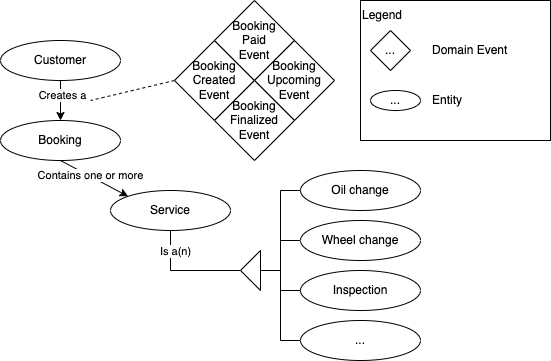
Earlier version of the draw.io export assets/car-services-domain-model.png (steffenmueller4/steffenmueller4.github.io). Source tidied: cells renumbered, new cells last; positions are measured from the earlier drawing's top-left corner, leaving out a move shared by most shapes. The source it was exported from:
```xml
<mxGraphModel>
  <root>
    <mxCell id="0" />
    <mxCell id="1" parent="0" />
    <mxCell id="2" style="rounded=0;whiteSpace=wrap;html=1;" parent="1" vertex="1">
      <mxGeometry x="360" width="190" height="140" as="geometry" />
    </mxCell>
    <mxCell id="3" style="edgeStyle=orthogonalEdgeStyle;rounded=0;jettySize=auto;html=1;exitX=0.5;exitY=1;exitDx=0;exitDy=0;entryX=1;entryY=0.5;entryDx=0;entryDy=0;endArrow=none;endFill=0;" parent="1" edge="1" source="5" target="15">
      <mxGeometry relative="1" as="geometry" />
    </mxCell>
    <mxCell id="4" value="Is a(n)" style="edgeLabel;html=1;align=center;verticalAlign=middle;" parent="3" vertex="1">
      <mxGeometry x="-0.35" relative="1" as="geometry">
        <mxPoint x="4" y="-16" as="offset" />
      </mxGeometry>
    </mxCell>
    <mxCell id="5" value="Service" style="ellipse;whiteSpace=wrap;html=1;" parent="1" vertex="1">
      <mxGeometry x="110" y="190" width="120" height="40" as="geometry" />
    </mxCell>
    <mxCell id="6" style="rounded=0;jettySize=auto;html=1;exitX=0.5;exitY=1;exitDx=0;exitDy=0;endArrow=classic;endFill=1;entryX=0.5;entryY=0;entryDx=0;entryDy=0;" parent="1" edge="1" source="8" target="21">
      <mxGeometry relative="1" as="geometry" />
    </mxCell>
    <mxCell id="7" value="Creates a" style="edgeLabel;html=1;align=center;verticalAlign=middle;" parent="6" vertex="1">
      <mxGeometry x="-0.29" y="1" relative="1" as="geometry" />
    </mxCell>
    <mxCell id="8" value="Customer" style="ellipse;whiteSpace=wrap;html=1;" parent="1" vertex="1">
      <mxGeometry y="40" width="120" height="40" as="geometry" />
    </mxCell>
    <mxCell id="9" value="Oil change" style="ellipse;whiteSpace=wrap;html=1;" parent="1" vertex="1">
      <mxGeometry x="300" y="170" width="120" height="40" as="geometry" />
    </mxCell>
    <mxCell id="10" style="edgeStyle=orthogonalEdgeStyle;rounded=0;jettySize=auto;html=1;exitX=0;exitY=0.5;exitDx=0;exitDy=0;endArrow=none;endFill=0;" parent="1" edge="1" source="11" target="15">
      <mxGeometry relative="1" as="geometry">
        <Array as="points">
          <mxPoint x="280" y="240" />
          <mxPoint x="280" y="270" />
        </Array>
      </mxGeometry>
    </mxCell>
    <mxCell id="11" value="Wheel change" style="ellipse;whiteSpace=wrap;html=1;" parent="1" vertex="1">
      <mxGeometry x="300" y="220" width="120" height="40" as="geometry" />
    </mxCell>
    <mxCell id="12" value="Inspection" style="ellipse;whiteSpace=wrap;html=1;" parent="1" vertex="1">
      <mxGeometry x="300" y="270" width="120" height="40" as="geometry" />
    </mxCell>
    <mxCell id="13" value="..." style="ellipse;whiteSpace=wrap;html=1;" parent="1" vertex="1">
      <mxGeometry x="300" y="320" width="120" height="40" as="geometry" />
    </mxCell>
    <mxCell id="14" style="edgeStyle=orthogonalEdgeStyle;rounded=0;jettySize=auto;html=1;exitX=0;exitY=0.5;exitDx=0;exitDy=0;entryX=0;entryY=0.5;entryDx=0;entryDy=0;endArrow=none;endFill=0;" parent="1" edge="1" source="15">
      <mxGeometry relative="1" as="geometry">
        <mxPoint x="300" y="190" as="targetPoint" />
        <Array as="points">
          <mxPoint x="280" y="270" />
          <mxPoint x="280" y="190" />
        </Array>
      </mxGeometry>
    </mxCell>
    <mxCell id="15" style="triangle;whiteSpace=wrap;html=1;rotation=-180;" parent="1" vertex="1">
      <mxGeometry x="240" y="250" width="20" height="40" as="geometry" />
    </mxCell>
    <mxCell id="16" style="edgeStyle=orthogonalEdgeStyle;rounded=0;jettySize=auto;html=1;exitX=0;exitY=0.5;exitDx=0;exitDy=0;endArrow=none;endFill=0;entryX=0;entryY=0.5;entryDx=0;entryDy=0;" parent="1" edge="1" source="12" target="15">
      <mxGeometry relative="1" as="geometry" />
    </mxCell>
    <mxCell id="17" style="edgeStyle=orthogonalEdgeStyle;rounded=0;jettySize=auto;html=1;exitX=0;exitY=0.5;exitDx=0;exitDy=0;endArrow=none;endFill=0;entryX=0;entryY=0.5;entryDx=0;entryDy=0;" parent="1" edge="1" source="13" target="15">
      <mxGeometry relative="1" as="geometry" />
    </mxCell>
    <mxCell id="18" style="edgeStyle=none;rounded=0;jettySize=auto;html=1;exitX=0;exitY=0.5;exitDx=0;exitDy=0;endArrow=none;endFill=0;dashed=1;" parent="1" edge="1" source="23">
      <mxGeometry relative="1" as="geometry">
        <mxPoint x="90" y="100" as="targetPoint" />
      </mxGeometry>
    </mxCell>
    <mxCell id="19" style="edgeStyle=none;rounded=0;jettySize=auto;html=1;exitX=0.5;exitY=1;exitDx=0;exitDy=0;entryX=0;entryY=0;entryDx=0;entryDy=0;endArrow=classic;endFill=1;" parent="1" edge="1" source="21" target="5">
      <mxGeometry relative="1" as="geometry" />
    </mxCell>
    <mxCell id="20" value="Contains one or more" style="edgeLabel;html=1;align=center;verticalAlign=middle;" parent="19" vertex="1">
      <mxGeometry x="-0.14" y="1" relative="1" as="geometry" />
    </mxCell>
    <mxCell id="21" value="Booking" style="ellipse;whiteSpace=wrap;html=1;" parent="1" vertex="1">
      <mxGeometry y="120" width="120" height="40" as="geometry" />
    </mxCell>
    <mxCell id="22" style="group;" parent="1" vertex="1">
      <mxGeometry x="174" width="160" height="160" as="geometry" />
    </mxCell>
    <mxCell id="23" value="Booking&lt;br&gt;Created&lt;br&gt;Event" style="rhombus;whiteSpace=wrap;html=1;" parent="22" vertex="1">
      <mxGeometry y="40" width="80" height="80" as="geometry" />
    </mxCell>
    <mxCell id="24" value="Booking&lt;br&gt;Paid&lt;br&gt;Event" style="rhombus;whiteSpace=wrap;html=1;" parent="22" vertex="1">
      <mxGeometry x="40" width="80" height="80" as="geometry" />
    </mxCell>
    <mxCell id="25" value="Booking&lt;br&gt;Upcoming&lt;br&gt;Event" style="rhombus;whiteSpace=wrap;html=1;" parent="22" vertex="1">
      <mxGeometry x="80" y="40" width="80" height="80" as="geometry" />
    </mxCell>
    <mxCell id="26" value="Booking&lt;br&gt;Finalized&lt;br&gt;Event" style="rhombus;whiteSpace=wrap;html=1;" parent="22" vertex="1">
      <mxGeometry x="40" y="80" width="80" height="80" as="geometry" />
    </mxCell>
    <mxCell id="27" value="..." style="rhombus;whiteSpace=wrap;html=1;" parent="1" vertex="1">
      <mxGeometry x="370" y="30" width="40" height="40" as="geometry" />
    </mxCell>
    <mxCell id="28" value="Domain Event" style="text;html=1;strokeColor=none;fillColor=none;align=left;verticalAlign=middle;whiteSpace=wrap;rounded=0;" parent="1" vertex="1">
      <mxGeometry x="430" y="35" width="90" height="30" as="geometry" />
    </mxCell>
    <mxCell id="29" value="..." style="ellipse;whiteSpace=wrap;html=1;" parent="1" vertex="1">
      <mxGeometry x="370" y="90" width="50" height="20" as="geometry" />
    </mxCell>
    <mxCell id="30" value="Entity" style="text;html=1;strokeColor=none;fillColor=none;align=left;verticalAlign=middle;whiteSpace=wrap;rounded=0;" parent="1" vertex="1">
      <mxGeometry x="430" y="85" width="60" height="30" as="geometry" />
    </mxCell>
    <mxCell id="31" value="Legend" style="text;html=1;strokeColor=none;fillColor=none;align=left;verticalAlign=middle;whiteSpace=wrap;rounded=0;" parent="1" vertex="1">
      <mxGeometry x="360" width="90" height="30" as="geometry" />
    </mxCell>
  </root>
</mxGraphModel>
```
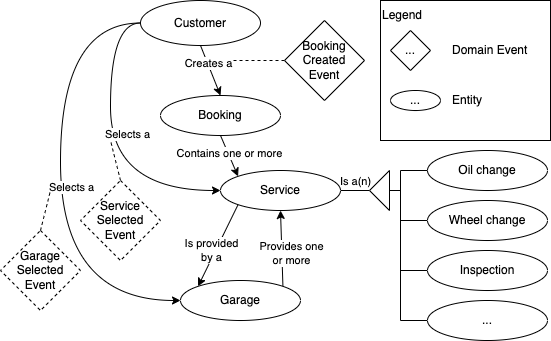
After the commit.

What changed in the source:
```diff
@@ -3,18 +3,26 @@
     <mxCell id="0" />
     <mxCell id="1" parent="0" />
     <mxCell id="2" style="rounded=0;whiteSpace=wrap;html=1;" parent="1" vertex="1">
-      <mxGeometry x="360" width="190" height="140" as="geometry" />
+      <mxGeometry x="360" y="20" width="170" height="140" as="geometry" />
     </mxCell>
-    <mxCell id="3" style="edgeStyle=orthogonalEdgeStyle;rounded=0;jettySize=auto;html=1;exitX=0.5;exitY=1;exitDx=0;exitDy=0;entryX=1;entryY=0.5;entryDx=0;entryDy=0;endArrow=none;endFill=0;" parent="1" edge="1" source="5" target="15">
+    <mxCell id="3" style="edgeStyle=orthogonalEdgeStyle;rounded=0;jettySize=auto;html=1;exitX=1;exitY=0.5;exitDx=0;exitDy=0;entryX=1;entryY=0.5;entryDx=0;entryDy=0;endArrow=none;endFill=0;" parent="1" edge="1" source="5" target="15">
       <mxGeometry relative="1" as="geometry" />
     </mxCell>
     <mxCell id="4" value="Is a(n)" style="edgeLabel;html=1;align=center;verticalAlign=middle;" parent="3" vertex="1">
       <mxGeometry x="-0.35" relative="1" as="geometry">
-        <mxPoint x="4" y="-16" as="offset" />
+        <mxPoint x="5" y="-10" as="offset" />
       </mxGeometry>
     </mxCell>
+    <mxCell id="32" style="rounded=0;jettySize=auto;html=1;exitX=0;exitY=1;exitDx=0;exitDy=0;entryX=0;entryY=0;entryDx=0;entryDy=0;" parent="1" edge="1" source="5" target="39">
+      <mxGeometry relative="1" as="geometry" />
+    </mxCell>
+    <mxCell id="33" value="Is provided&lt;br&gt;by a" style="edgeLabel;html=1;align=center;verticalAlign=middle;" parent="32" vertex="1">
+      <mxGeometry x="-0.12" y="-1" relative="1" as="geometry">
+        <mxPoint x="-9" y="10" as="offset" />
+      </mxGeometry>
+    </mxCell>
     <mxCell id="5" value="Service" style="ellipse;whiteSpace=wrap;html=1;" parent="1" vertex="1">
-      <mxGeometry x="110" y="190" width="120" height="40" as="geometry" />
+      <mxGeometry x="200" y="190" width="120" height="40" as="geometry" />
     </mxCell>
     <mxCell id="6" style="rounded=0;jettySize=auto;html=1;exitX=0.5;exitY=1;exitDx=0;exitDy=0;endArrow=classic;endFill=1;entryX=0.5;entryY=0;entryDx=0;entryDy=0;" parent="1" edge="1" source="8" target="21">
       <mxGeometry relative="1" as="geometry" />
@@ -22,50 +30,70 @@
     <mxCell id="7" value="Creates a" style="edgeLabel;html=1;align=center;verticalAlign=middle;" parent="6" vertex="1">
       <mxGeometry x="-0.29" y="1" relative="1" as="geometry" />
     </mxCell>
+    <mxCell id="34" style="edgeStyle=orthogonalEdgeStyle;rounded=0;jettySize=auto;html=1;exitX=0;exitY=0.5;exitDx=0;exitDy=0;entryX=0;entryY=0.5;entryDx=0;entryDy=0;curved=1;" parent="1" edge="1" source="8" target="5">
+      <mxGeometry relative="1" as="geometry">
+        <Array as="points">
+          <mxPoint x="90" y="43" />
+          <mxPoint x="90" y="210" />
+        </Array>
+      </mxGeometry>
+    </mxCell>
+    <mxCell id="35" value="Selects a" style="edgeLabel;html=1;align=center;verticalAlign=middle;" parent="34" vertex="1">
+      <mxGeometry x="-0.09" y="16" relative="1" as="geometry" />
+    </mxCell>
     <mxCell id="8" value="Customer" style="ellipse;whiteSpace=wrap;html=1;" parent="1" vertex="1">
-      <mxGeometry y="40" width="120" height="40" as="geometry" />
+      <mxGeometry x="120" y="20" width="120" height="45" as="geometry" />
     </mxCell>
     <mxCell id="9" value="Oil change" style="ellipse;whiteSpace=wrap;html=1;" parent="1" vertex="1">
-      <mxGeometry x="300" y="170" width="120" height="40" as="geometry" />
+      <mxGeometry x="407" y="170" width="120" height="40" as="geometry" />
     </mxCell>
-    <mxCell id="10" style="edgeStyle=orthogonalEdgeStyle;rounded=0;jettySize=auto;html=1;exitX=0;exitY=0.5;exitDx=0;exitDy=0;endArrow=none;endFill=0;" parent="1" edge="1" source="11" target="15">
+    <mxCell id="10" style="rounded=0;jettySize=auto;html=1;exitX=0;exitY=0.5;exitDx=0;exitDy=0;entryX=0;entryY=0.5;entryDx=0;entryDy=0;edgeStyle=orthogonalEdgeStyle;endArrow=none;endFill=0;" parent="1" edge="1" source="11" target="15">
       <mxGeometry relative="1" as="geometry">
         <Array as="points">
-          <mxPoint x="280" y="240" />
-          <mxPoint x="280" y="270" />
+          <mxPoint x="380" y="240" />
+          <mxPoint x="380" y="210" />
         </Array>
       </mxGeometry>
     </mxCell>
     <mxCell id="11" value="Wheel change" style="ellipse;whiteSpace=wrap;html=1;" parent="1" vertex="1">
-      <mxGeometry x="300" y="220" width="120" height="40" as="geometry" />
+      <mxGeometry x="407" y="220" width="120" height="40" as="geometry" />
     </mxCell>
+    <mxCell id="16" style="edgeStyle=orthogonalEdgeStyle;rounded=0;jettySize=auto;html=1;exitX=0;exitY=0.5;exitDx=0;exitDy=0;entryX=0;entryY=0.5;entryDx=0;entryDy=0;endArrow=none;endFill=0;" parent="1" edge="1" source="12" target="15">
+      <mxGeometry relative="1" as="geometry">
+        <Array as="points">
+          <mxPoint x="380" y="290" />
+          <mxPoint x="380" y="210" />
+        </Array>
+      </mxGeometry>
+    </mxCell>
     <mxCell id="12" value="Inspection" style="ellipse;whiteSpace=wrap;html=1;" parent="1" vertex="1">
-      <mxGeometry x="300" y="270" width="120" height="40" as="geometry" />
+      <mxGeometry x="407" y="270" width="120" height="40" as="geometry" />
     </mxCell>
+    <mxCell id="17" style="edgeStyle=orthogonalEdgeStyle;rounded=0;jettySize=auto;html=1;exitX=0;exitY=0.5;exitDx=0;exitDy=0;endArrow=none;endFill=0;entryX=0;entryY=0.5;entryDx=0;entryDy=0;" parent="1" edge="1" source="13" target="15">
+      <mxGeometry relative="1" as="geometry">
+        <Array as="points">
+          <mxPoint x="380" y="340" />
+          <mxPoint x="380" y="210" />
+        </Array>
+      </mxGeometry>
+    </mxCell>
     <mxCell id="13" value="..." style="ellipse;whiteSpace=wrap;html=1;" parent="1" vertex="1">
-      <mxGeometry x="300" y="320" width="120" height="40" as="geometry" />
+      <mxGeometry x="407" y="320" width="120" height="40" as="geometry" />
     </mxCell>
-    <mxCell id="14" style="edgeStyle=orthogonalEdgeStyle;rounded=0;jettySize=auto;html=1;exitX=0;exitY=0.5;exitDx=0;exitDy=0;entryX=0;entryY=0.5;entryDx=0;entryDy=0;endArrow=none;endFill=0;" parent="1" edge="1" source="15">
+    <mxCell id="14" style="edgeStyle=orthogonalEdgeStyle;rounded=0;jettySize=auto;html=1;exitX=0;exitY=0.5;exitDx=0;exitDy=0;entryX=0;entryY=0.5;entryDx=0;entryDy=0;endArrow=none;endFill=0;" parent="1" edge="1" source="15" target="9">
       <mxGeometry relative="1" as="geometry">
-        <mxPoint x="300" y="190" as="targetPoint" />
         <Array as="points">
-          <mxPoint x="280" y="270" />
-          <mxPoint x="280" y="190" />
+          <mxPoint x="380" y="210" />
+          <mxPoint x="380" y="190" />
         </Array>
       </mxGeometry>
     </mxCell>
     <mxCell id="15" style="triangle;whiteSpace=wrap;html=1;rotation=-180;" parent="1" vertex="1">
-      <mxGeometry x="240" y="250" width="20" height="40" as="geometry" />
+      <mxGeometry x="349" y="190" width="20" height="40" as="geometry" />
     </mxCell>
-    <mxCell id="16" style="edgeStyle=orthogonalEdgeStyle;rounded=0;jettySize=auto;html=1;exitX=0;exitY=0.5;exitDx=0;exitDy=0;endArrow=none;endFill=0;entryX=0;entryY=0.5;entryDx=0;entryDy=0;" parent="1" edge="1" source="12" target="15">
-      <mxGeometry relative="1" as="geometry" />
-    </mxCell>
-    <mxCell id="17" style="edgeStyle=orthogonalEdgeStyle;rounded=0;jettySize=auto;html=1;exitX=0;exitY=0.5;exitDx=0;exitDy=0;endArrow=none;endFill=0;entryX=0;entryY=0.5;entryDx=0;entryDy=0;" parent="1" edge="1" source="13" target="15">
-      <mxGeometry relative="1" as="geometry" />
-    </mxCell>
     <mxCell id="18" style="edgeStyle=none;rounded=0;jettySize=auto;html=1;exitX=0;exitY=0.5;exitDx=0;exitDy=0;endArrow=none;endFill=0;dashed=1;" parent="1" edge="1" source="23">
       <mxGeometry relative="1" as="geometry">
-        <mxPoint x="90" y="100" as="targetPoint" />
+        <mxPoint x="210" y="80" as="targetPoint" />
       </mxGeometry>
     </mxCell>
     <mxCell id="19" style="edgeStyle=none;rounded=0;jettySize=auto;html=1;exitX=0.5;exitY=1;exitDx=0;exitDy=0;entryX=0;entryY=0;entryDx=0;entryDy=0;endArrow=classic;endFill=1;" parent="1" edge="1" source="21" target="5">
@@ -75,37 +103,60 @@
       <mxGeometry x="-0.14" y="1" relative="1" as="geometry" />
     </mxCell>
     <mxCell id="21" value="Booking" style="ellipse;whiteSpace=wrap;html=1;" parent="1" vertex="1">
-      <mxGeometry y="120" width="120" height="40" as="geometry" />
+      <mxGeometry x="140" y="115" width="120" height="40" as="geometry" />
     </mxCell>
-    <mxCell id="22" style="group;" parent="1" vertex="1">
-      <mxGeometry x="174" width="160" height="160" as="geometry" />
-    </mxCell>
-    <mxCell id="23" value="Booking&lt;br&gt;Created&lt;br&gt;Event" style="rhombus;whiteSpace=wrap;html=1;" parent="22" vertex="1">
-      <mxGeometry y="40" width="80" height="80" as="geometry" />
-    </mxCell>
-    <mxCell id="24" value="Booking&lt;br&gt;Paid&lt;br&gt;Event" style="rhombus;whiteSpace=wrap;html=1;" parent="22" vertex="1">
-      <mxGeometry x="40" width="80" height="80" as="geometry" />
-    </mxCell>
-    <mxCell id="25" value="Booking&lt;br&gt;Upcoming&lt;br&gt;Event" style="rhombus;whiteSpace=wrap;html=1;" parent="22" vertex="1">
-      <mxGeometry x="80" y="40" width="80" height="80" as="geometry" />
-    </mxCell>
-    <mxCell id="26" value="Booking&lt;br&gt;Finalized&lt;br&gt;Event" style="rhombus;whiteSpace=wrap;html=1;" parent="22" vertex="1">
-      <mxGeometry x="40" y="80" width="80" height="80" as="geometry" />
-    </mxCell>
     <mxCell id="27" value="..." style="rhombus;whiteSpace=wrap;html=1;" parent="1" vertex="1">
-      <mxGeometry x="370" y="30" width="40" height="40" as="geometry" />
+      <mxGeometry x="370" y="50" width="40" height="40" as="geometry" />
     </mxCell>
     <mxCell id="28" value="Domain Event" style="text;html=1;strokeColor=none;fillColor=none;align=left;verticalAlign=middle;whiteSpace=wrap;rounded=0;" parent="1" vertex="1">
-      <mxGeometry x="430" y="35" width="90" height="30" as="geometry" />
+      <mxGeometry x="430" y="55" width="90" height="30" as="geometry" />
     </mxCell>
     <mxCell id="29" value="..." style="ellipse;whiteSpace=wrap;html=1;" parent="1" vertex="1">
-      <mxGeometry x="370" y="90" width="50" height="20" as="geometry" />
+      <mxGeometry x="370" y="110" width="50" height="20" as="geometry" />
     </mxCell>
     <mxCell id="30" value="Entity" style="text;html=1;strokeColor=none;fillColor=none;align=left;verticalAlign=middle;whiteSpace=wrap;rounded=0;" parent="1" vertex="1">
-      <mxGeometry x="430" y="85" width="60" height="30" as="geometry" />
+      <mxGeometry x="430" y="105" width="60" height="30" as="geometry" />
     </mxCell>
     <mxCell id="31" value="Legend" style="text;html=1;strokeColor=none;fillColor=none;align=left;verticalAlign=middle;whiteSpace=wrap;rounded=0;" parent="1" vertex="1">
-      <mxGeometry x="360" width="90" height="30" as="geometry" />
+      <mxGeometry x="360" y="20" width="90" height="30" as="geometry" />
     </mxCell>
+    <mxCell id="36" style="rounded=0;jettySize=auto;html=1;exitX=0.5;exitY=0;exitDx=0;exitDy=0;endArrow=none;endFill=0;dashed=1;" parent="1" edge="1" source="37">
+      <mxGeometry relative="1" as="geometry">
+        <mxPoint x="90" y="160" as="targetPoint" />
+      </mxGeometry>
+    </mxCell>
+    <mxCell id="37" value="Service&lt;br&gt;Selected&lt;br&gt;Event" style="rhombus;whiteSpace=wrap;html=1;dashed=1;" parent="1" vertex="1">
+      <mxGeometry x="60" y="200" width="80" height="80" as="geometry" />
+    </mxCell>
+    <mxCell id="23" value="Booking&lt;br&gt;Created&lt;br&gt;Event" style="rhombus;whiteSpace=wrap;html=1;" parent="1" vertex="1">
+      <mxGeometry x="264" y="40" width="80" height="80" as="geometry" />
+    </mxCell>
+    <mxCell id="38" value="Provides one&lt;br&gt;or more" style="edgeStyle=none;rounded=0;jettySize=auto;html=1;exitX=1;exitY=0;exitDx=0;exitDy=0;entryX=0.5;entryY=1;entryDx=0;entryDy=0;" parent="1" edge="1" source="39" target="5">
+      <mxGeometry x="-0.14" y="-10" relative="1" as="geometry" />
+    </mxCell>
+    <mxCell id="39" value="Garage" style="ellipse;whiteSpace=wrap;html=1;" parent="1" vertex="1">
+      <mxGeometry x="160" y="300" width="120" height="40" as="geometry" />
+    </mxCell>
+    <mxCell id="40" style="edgeStyle=orthogonalEdgeStyle;rounded=0;jettySize=auto;html=1;exitX=0;exitY=0.5;exitDx=0;exitDy=0;entryX=0;entryY=0.5;entryDx=0;entryDy=0;curved=1;" parent="1" edge="1" source="8" target="39">
+      <mxGeometry relative="1" as="geometry">
+        <Array as="points">
+          <mxPoint x="40" y="43" />
+          <mxPoint x="40" y="320" />
+        </Array>
+      </mxGeometry>
+    </mxCell>
+    <mxCell id="41" value="Selects a" style="edgeLabel;html=1;align=center;verticalAlign=middle;" parent="40" vertex="1">
+      <mxGeometry x="-0.09" y="16" relative="1" as="geometry">
+        <mxPoint x="-6" y="26" as="offset" />
+      </mxGeometry>
+    </mxCell>
+    <mxCell id="42" value="Garage&lt;br&gt;Selected&lt;br&gt;Event" style="rhombus;whiteSpace=wrap;html=1;dashed=1;" parent="1" vertex="1">
+      <mxGeometry x="-20" y="250" width="80" height="80" as="geometry" />
+    </mxCell>
+    <mxCell id="43" style="rounded=0;jettySize=auto;html=1;exitX=0.5;exitY=0;exitDx=0;exitDy=0;endArrow=none;endFill=0;dashed=1;" parent="1" edge="1" source="42">
+      <mxGeometry relative="1" as="geometry">
+        <mxPoint x="30" y="210" as="targetPoint" />
+      </mxGeometry>
+    </mxCell>
   </root>
 </mxGraphModel>
```
